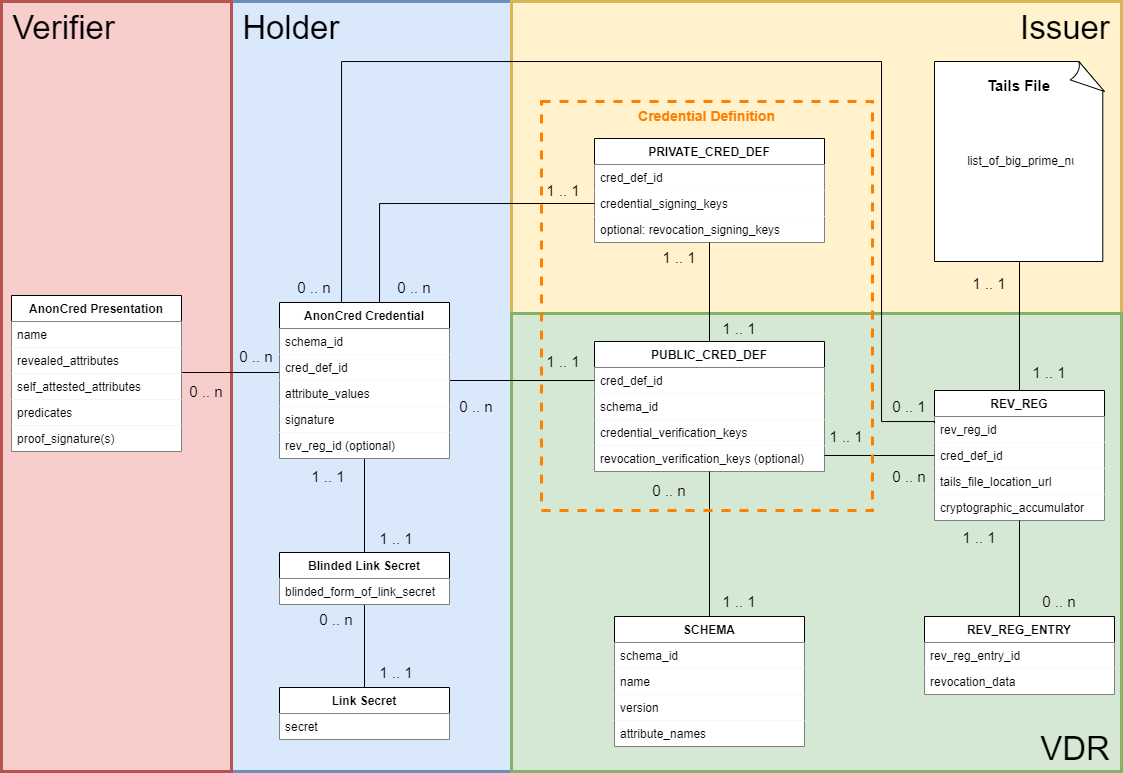
Earlier version of the draw.io export spec/diagrams/anoncreds-visual-data-model-overview-simple.png (hyperledger/anoncreds-spec). Source tidied: cells renumbered, new cells last; positions are measured from the earlier drawing's top-left corner, leaving out a move shared by most shapes.
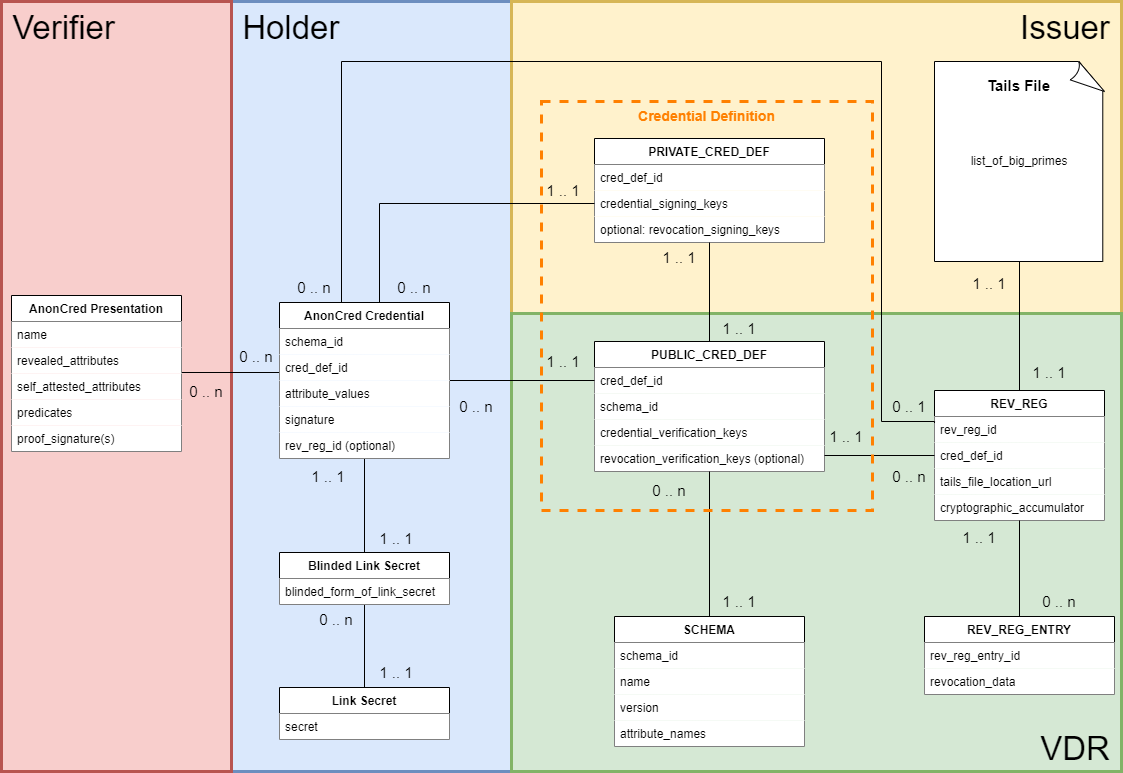
After the change.

Commit message:
fixed typo in anoncreds overview diagram

The edit, as a diff of the source:
```diff
@@ -145,8 +145,8 @@
     <mxCell id="43" value="&lt;b&gt;Tails File&lt;/b&gt;" style="rounded=0;whiteSpace=wrap;html=1;fontSize=15;fillColor=none;fontColor=default;labelBackgroundColor=none;labelBorderColor=none;strokeColor=none;" parent="41" vertex="1">
       <mxGeometry x="37.4" y="7.2" width="95.2" height="33.3" as="geometry" />
     </mxCell>
-    <mxCell id="44" value="list_of_big_prime_numbers" style="text;strokeColor=none;fillColor=none;align=left;verticalAlign=top;spacingLeft=4;spacingRight=4;overflow=hidden;labelBackgroundColor=#FFFFFF;" parent="41" vertex="1">
-      <mxGeometry x="27.2" y="85.6" width="115.6" height="28.9" as="geometry" />
+    <mxCell id="44" value="list_of_big_primes" style="text;strokeColor=none;fillColor=none;align=left;verticalAlign=top;spacingLeft=4;spacingRight=4;overflow=hidden;labelBackgroundColor=#FFFFFF;" parent="41" vertex="1">
+      <mxGeometry x="30.7" y="85.6" width="115.6" height="28.9" as="geometry" />
     </mxCell>
     <mxCell id="45" value="&lt;font style=&quot;font-size: 15px;&quot;&gt;0 .. 1&lt;/font&gt;" style="rounded=0;whiteSpace=wrap;html=1;strokeColor=none;fillColor=none;" parent="1" vertex="1">
       <mxGeometry x="873" y="388" width="70" height="34" as="geometry" />
```
